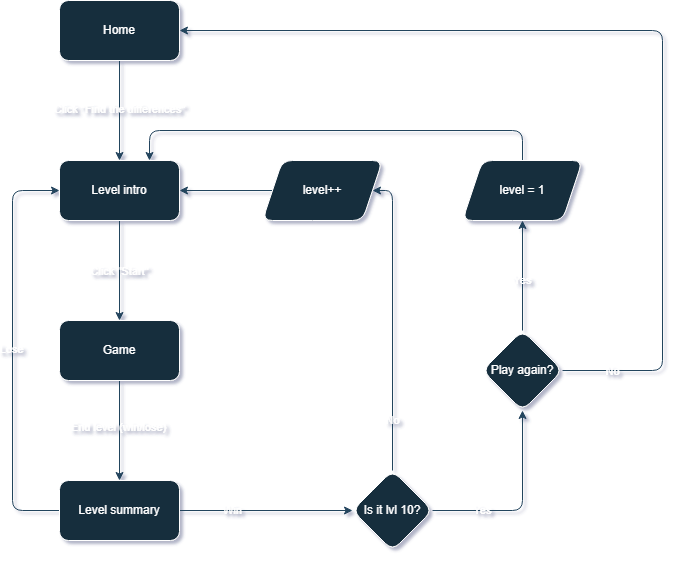
vasilyoshev/ai-assistant keeps this draw.io diagram as flowchart.png. Above is the earlier version. Source tidied: cells renumbered, new cells last; positions are measured from the earlier drawing's top-left corner, leaving out a move shared by most shapes.
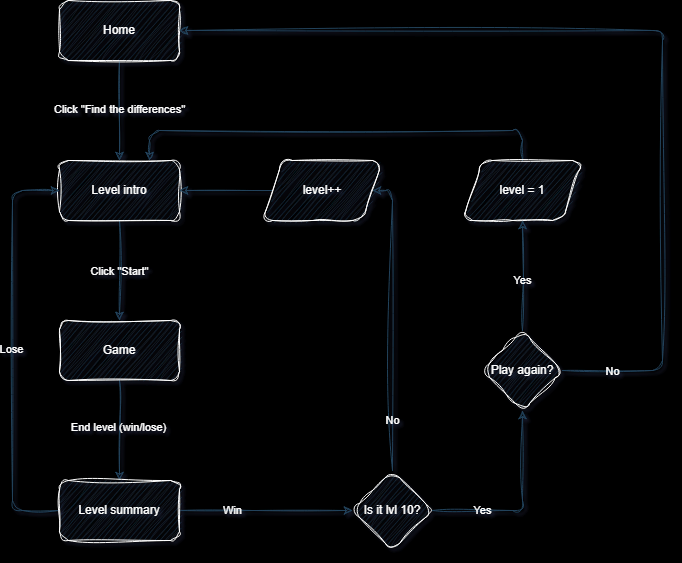
Above is the later version.

What changed in the source:
```diff
@@ -1,35 +1,35 @@
-<mxGraphModel shadow="1">
+<mxGraphModel background="#000000" shadow="1">
   <root>
     <mxCell id="0" />
     <mxCell id="1" parent="0" />
-    <mxCell id="2" style="edgeStyle=orthogonalEdgeStyle;rounded=1;jettySize=auto;html=1;labelBackgroundColor=none;strokeColor=#23445D;fontColor=default;" parent="1" edge="1" source="4" target="7">
+    <mxCell id="2" style="edgeStyle=orthogonalEdgeStyle;rounded=1;jettySize=auto;html=1;labelBackgroundColor=none;fontColor=default;strokeColor=#23445D;sketch=1;curveFitting=1;jiggle=2;" parent="1" edge="1" source="4" target="7">
       <mxGeometry relative="1" as="geometry" />
     </mxCell>
-    <mxCell id="3" value="Click &quot;Find the differences&quot;" style="edgeLabel;html=1;align=center;verticalAlign=middle;labelBackgroundColor=none;fontColor=#FFFFFF;rounded=1;" parent="2" vertex="1">
+    <mxCell id="3" value="Click &quot;Find the differences&quot;" style="edgeLabel;html=1;align=center;verticalAlign=middle;labelBackgroundColor=none;rounded=1;fontColor=#FFFFFF;sketch=1;curveFitting=1;jiggle=2;" parent="2" vertex="1">
       <mxGeometry x="-0.04" relative="1" as="geometry" />
     </mxCell>
-    <mxCell id="4" value="Home" style="rounded=1;whiteSpace=wrap;html=1;labelBackgroundColor=none;fillColor=#182E3E;strokeColor=#FFFFFF;fontColor=#FFFFFF;" parent="1" vertex="1">
+    <mxCell id="4" value="Home" style="rounded=1;whiteSpace=wrap;html=1;labelBackgroundColor=none;fillColor=#182E3E;strokeColor=#FFFFFF;fontColor=#FFFFFF;sketch=1;curveFitting=1;jiggle=2;" parent="1" vertex="1">
       <mxGeometry x="47" width="120" height="60" as="geometry" />
     </mxCell>
-    <mxCell id="5" style="edgeStyle=orthogonalEdgeStyle;rounded=1;jettySize=auto;html=1;exitX=0.5;exitY=1;exitDx=0;exitDy=0;entryX=0.5;entryY=0;entryDx=0;entryDy=0;labelBackgroundColor=none;strokeColor=#23445D;fontColor=default;" parent="1" edge="1" source="7" target="10">
+    <mxCell id="5" style="edgeStyle=orthogonalEdgeStyle;rounded=1;jettySize=auto;html=1;exitX=0.5;exitY=1;exitDx=0;exitDy=0;entryX=0.5;entryY=0;entryDx=0;entryDy=0;labelBackgroundColor=none;fontColor=default;strokeColor=#23445D;sketch=1;curveFitting=1;jiggle=2;" parent="1" edge="1" source="7" target="10">
       <mxGeometry relative="1" as="geometry" />
     </mxCell>
-    <mxCell id="6" value="Click &quot;Start&quot;" style="edgeLabel;html=1;align=center;verticalAlign=middle;labelBackgroundColor=none;fontColor=#FFFFFF;rounded=1;" parent="5" vertex="1">
+    <mxCell id="6" value="Click &quot;Start&quot;" style="edgeLabel;html=1;align=center;verticalAlign=middle;labelBackgroundColor=none;rounded=1;fontColor=#FFFFFF;sketch=1;curveFitting=1;jiggle=2;" parent="5" vertex="1">
       <mxGeometry relative="1" as="geometry" />
     </mxCell>
-    <mxCell id="7" value="Level intro" style="rounded=1;whiteSpace=wrap;html=1;labelBackgroundColor=none;fillColor=#182E3E;strokeColor=#FFFFFF;fontColor=#FFFFFF;" parent="1" vertex="1">
+    <mxCell id="7" value="Level intro" style="rounded=1;whiteSpace=wrap;html=1;labelBackgroundColor=none;fillColor=#182E3E;strokeColor=#FFFFFF;fontColor=#FFFFFF;sketch=1;curveFitting=1;jiggle=2;" parent="1" vertex="1">
       <mxGeometry x="47" y="160" width="120" height="60" as="geometry" />
     </mxCell>
-    <mxCell id="8" style="edgeStyle=orthogonalEdgeStyle;rounded=1;jettySize=auto;html=1;entryX=0.5;entryY=0;entryDx=0;entryDy=0;labelBackgroundColor=none;strokeColor=#23445D;fontColor=default;" parent="1" edge="1" source="10" target="15">
+    <mxCell id="8" style="edgeStyle=orthogonalEdgeStyle;rounded=1;jettySize=auto;html=1;entryX=0.5;entryY=0;entryDx=0;entryDy=0;labelBackgroundColor=none;fontColor=default;strokeColor=#23445D;sketch=1;curveFitting=1;jiggle=2;" parent="1" edge="1" source="10" target="15">
       <mxGeometry relative="1" as="geometry" />
     </mxCell>
-    <mxCell id="9" value="End level (win/lose)" style="edgeLabel;html=1;align=center;verticalAlign=middle;labelBackgroundColor=none;fontColor=#FFFFFF;rounded=1;" parent="8" vertex="1">
+    <mxCell id="9" value="End level (win/lose)" style="edgeLabel;html=1;align=center;verticalAlign=middle;labelBackgroundColor=none;rounded=1;fontColor=#FFFFFF;sketch=1;curveFitting=1;jiggle=2;" parent="8" vertex="1">
       <mxGeometry x="-0.08" y="-1" relative="1" as="geometry" />
     </mxCell>
-    <mxCell id="10" value="Game" style="rounded=1;whiteSpace=wrap;html=1;labelBackgroundColor=none;fillColor=#182E3E;strokeColor=#FFFFFF;fontColor=#FFFFFF;" parent="1" vertex="1">
+    <mxCell id="10" value="Game" style="rounded=1;whiteSpace=wrap;html=1;labelBackgroundColor=none;fillColor=#182E3E;strokeColor=#FFFFFF;fontColor=#FFFFFF;sketch=1;curveFitting=1;jiggle=2;" parent="1" vertex="1">
       <mxGeometry x="47" y="320" width="120" height="60" as="geometry" />
     </mxCell>
-    <mxCell id="11" style="edgeStyle=orthogonalEdgeStyle;rounded=1;jettySize=auto;html=1;entryX=0;entryY=0.5;entryDx=0;entryDy=0;labelBackgroundColor=none;strokeColor=#23445D;fontColor=default;" parent="1" edge="1" source="15" target="7">
+    <mxCell id="11" style="edgeStyle=orthogonalEdgeStyle;rounded=1;jettySize=auto;html=1;entryX=0;entryY=0.5;entryDx=0;entryDy=0;labelBackgroundColor=none;fontColor=default;strokeColor=#23445D;sketch=1;curveFitting=1;jiggle=2;" parent="1" edge="1" source="15" target="7">
       <mxGeometry relative="1" as="geometry">
         <Array as="points">
           <mxPoint y="510" />
@@ -37,58 +37,58 @@
         </Array>
       </mxGeometry>
     </mxCell>
-    <mxCell id="12" value="Lose" style="edgeLabel;html=1;align=center;verticalAlign=middle;labelBackgroundColor=none;fontColor=#FFFFFF;rounded=1;" parent="11" vertex="1">
+    <mxCell id="12" value="Lose" style="edgeLabel;html=1;align=center;verticalAlign=middle;labelBackgroundColor=none;rounded=1;fontColor=#FFFFFF;sketch=1;curveFitting=1;jiggle=2;" parent="11" vertex="1">
       <mxGeometry x="0.01" y="1" relative="1" as="geometry" />
     </mxCell>
-    <mxCell id="13" style="edgeStyle=orthogonalEdgeStyle;rounded=1;jettySize=auto;html=1;exitX=1;exitY=0.5;exitDx=0;exitDy=0;labelBackgroundColor=none;strokeColor=#23445D;fontColor=default;" parent="1" edge="1" source="15" target="20">
+    <mxCell id="13" style="edgeStyle=orthogonalEdgeStyle;rounded=1;jettySize=auto;html=1;exitX=1;exitY=0.5;exitDx=0;exitDy=0;labelBackgroundColor=none;fontColor=default;strokeColor=#23445D;sketch=1;curveFitting=1;jiggle=2;" parent="1" edge="1" source="15" target="20">
       <mxGeometry relative="1" as="geometry" />
     </mxCell>
-    <mxCell id="14" value="Win" style="edgeLabel;html=1;align=center;verticalAlign=middle;labelBackgroundColor=none;fontColor=#FFFFFF;rounded=1;" parent="13" vertex="1">
+    <mxCell id="14" value="Win" style="edgeLabel;html=1;align=center;verticalAlign=middle;labelBackgroundColor=none;rounded=1;fontColor=#FFFFFF;sketch=1;curveFitting=1;jiggle=2;" parent="13" vertex="1">
       <mxGeometry x="-0.2" y="-1" relative="1" as="geometry">
         <mxPoint x="-16" y="-1" as="offset" />
       </mxGeometry>
     </mxCell>
-    <mxCell id="15" value="Level summary" style="rounded=1;whiteSpace=wrap;html=1;labelBackgroundColor=none;fillColor=#182E3E;strokeColor=#FFFFFF;fontColor=#FFFFFF;" parent="1" vertex="1">
+    <mxCell id="15" value="Level summary" style="rounded=1;whiteSpace=wrap;html=1;labelBackgroundColor=none;fillColor=#182E3E;strokeColor=#FFFFFF;fontColor=#FFFFFF;sketch=1;curveFitting=1;jiggle=2;" parent="1" vertex="1">
       <mxGeometry x="47" y="480" width="120" height="60" as="geometry" />
     </mxCell>
-    <mxCell id="16" style="edgeStyle=orthogonalEdgeStyle;rounded=1;jettySize=auto;html=1;exitX=0.5;exitY=0;exitDx=0;exitDy=0;entryX=1;entryY=0.5;entryDx=0;entryDy=0;labelBackgroundColor=none;strokeColor=#23445D;fontColor=default;" parent="1" edge="1" source="20" target="22">
+    <mxCell id="16" style="edgeStyle=orthogonalEdgeStyle;rounded=1;jettySize=auto;html=1;exitX=0.5;exitY=0;exitDx=0;exitDy=0;entryX=1;entryY=0.5;entryDx=0;entryDy=0;labelBackgroundColor=none;fontColor=default;strokeColor=#23445D;sketch=1;curveFitting=1;jiggle=2;" parent="1" edge="1" source="20" target="22">
       <mxGeometry relative="1" as="geometry">
         <Array as="points">
           <mxPoint x="380" y="190" />
         </Array>
       </mxGeometry>
     </mxCell>
-    <mxCell id="17" value="No" style="edgeLabel;html=1;align=center;verticalAlign=middle;labelBackgroundColor=none;fontColor=#FFFFFF;rounded=1;" parent="16" vertex="1">
+    <mxCell id="17" value="No" style="edgeLabel;html=1;align=center;verticalAlign=middle;labelBackgroundColor=none;rounded=1;fontColor=#FFFFFF;sketch=1;curveFitting=1;jiggle=2;" parent="16" vertex="1">
       <mxGeometry x="0.29" y="2" relative="1" as="geometry">
         <mxPoint x="2" y="143" as="offset" />
       </mxGeometry>
     </mxCell>
-    <mxCell id="18" style="edgeStyle=orthogonalEdgeStyle;rounded=1;jettySize=auto;html=1;entryX=0.5;entryY=1;entryDx=0;entryDy=0;labelBackgroundColor=none;strokeColor=#23445D;fontColor=default;" parent="1" edge="1" source="20" target="27">
+    <mxCell id="18" style="edgeStyle=orthogonalEdgeStyle;rounded=1;jettySize=auto;html=1;entryX=0.5;entryY=1;entryDx=0;entryDy=0;labelBackgroundColor=none;fontColor=default;strokeColor=#23445D;sketch=1;curveFitting=1;jiggle=2;" parent="1" edge="1" source="20" target="27">
       <mxGeometry relative="1" as="geometry" />
     </mxCell>
-    <mxCell id="19" value="Yes" style="edgeLabel;html=1;align=center;verticalAlign=middle;labelBackgroundColor=none;fontColor=#FFFFFF;rounded=1;" parent="18" vertex="1">
+    <mxCell id="19" value="Yes" style="edgeLabel;html=1;align=center;verticalAlign=middle;labelBackgroundColor=none;rounded=1;fontColor=#FFFFFF;sketch=1;curveFitting=1;jiggle=2;" parent="18" vertex="1">
       <mxGeometry x="-0.02" relative="1" as="geometry">
         <mxPoint x="-40" y="3" as="offset" />
       </mxGeometry>
     </mxCell>
-    <mxCell id="20" value="Is it lvl 10?" style="rhombus;whiteSpace=wrap;html=1;labelBackgroundColor=none;fillColor=#182E3E;strokeColor=#FFFFFF;fontColor=#FFFFFF;rounded=1;" parent="1" vertex="1">
+    <mxCell id="20" value="Is it lvl 10?" style="rhombus;whiteSpace=wrap;html=1;labelBackgroundColor=none;rounded=1;fillColor=#182E3E;strokeColor=#FFFFFF;fontColor=#FFFFFF;sketch=1;curveFitting=1;jiggle=2;" parent="1" vertex="1">
       <mxGeometry x="340" y="470" width="80" height="80" as="geometry" />
     </mxCell>
-    <mxCell id="21" style="edgeStyle=orthogonalEdgeStyle;rounded=1;jettySize=auto;html=1;labelBackgroundColor=none;strokeColor=#23445D;fontColor=default;" parent="1" edge="1" source="22" target="7">
+    <mxCell id="21" style="edgeStyle=orthogonalEdgeStyle;rounded=1;jettySize=auto;html=1;labelBackgroundColor=none;fontColor=default;strokeColor=#23445D;sketch=1;curveFitting=1;jiggle=2;" parent="1" edge="1" source="22" target="7">
       <mxGeometry relative="1" as="geometry" />
     </mxCell>
-    <mxCell id="22" value="level++" style="shape=parallelogram;perimeter=parallelogramPerimeter;whiteSpace=wrap;html=1;fixedSize=1;labelBackgroundColor=none;fillColor=#182E3E;strokeColor=#FFFFFF;fontColor=#FFFFFF;rounded=1;" parent="1" vertex="1">
+    <mxCell id="22" value="level++" style="shape=parallelogram;perimeter=parallelogramPerimeter;whiteSpace=wrap;html=1;fixedSize=1;labelBackgroundColor=none;rounded=1;fillColor=#182E3E;strokeColor=#FFFFFF;fontColor=#FFFFFF;sketch=1;curveFitting=1;jiggle=2;" parent="1" vertex="1">
       <mxGeometry x="250" y="160" width="120" height="60" as="geometry" />
     </mxCell>
-    <mxCell id="23" style="edgeStyle=orthogonalEdgeStyle;rounded=1;jettySize=auto;html=1;entryX=0.5;entryY=1;entryDx=0;entryDy=0;labelBackgroundColor=none;strokeColor=#23445D;fontColor=default;" parent="1" edge="1" source="27" target="29">
+    <mxCell id="23" style="edgeStyle=orthogonalEdgeStyle;rounded=1;jettySize=auto;html=1;entryX=0.5;entryY=1;entryDx=0;entryDy=0;labelBackgroundColor=none;fontColor=default;strokeColor=#23445D;sketch=1;curveFitting=1;jiggle=2;" parent="1" edge="1" source="27" target="29">
       <mxGeometry relative="1" as="geometry" />
     </mxCell>
-    <mxCell id="24" value="Yes" style="edgeLabel;html=1;align=center;verticalAlign=middle;labelBackgroundColor=none;fontColor=#FFFFFF;rounded=1;" parent="23" vertex="1">
+    <mxCell id="24" value="Yes" style="edgeLabel;html=1;align=center;verticalAlign=middle;labelBackgroundColor=none;rounded=1;fontColor=#FFFFFF;sketch=1;curveFitting=1;jiggle=2;" parent="23" vertex="1">
       <mxGeometry x="-0.01" relative="1" as="geometry">
         <mxPoint y="4" as="offset" />
       </mxGeometry>
     </mxCell>
-    <mxCell id="25" style="edgeStyle=orthogonalEdgeStyle;rounded=1;jettySize=auto;html=1;entryX=1;entryY=0.5;entryDx=0;entryDy=0;labelBackgroundColor=none;strokeColor=#23445D;fontColor=default;" parent="1" edge="1" source="27" target="4">
+    <mxCell id="25" style="edgeStyle=orthogonalEdgeStyle;rounded=1;jettySize=auto;html=1;entryX=1;entryY=0.5;entryDx=0;entryDy=0;labelBackgroundColor=none;fontColor=default;strokeColor=#23445D;sketch=1;curveFitting=1;jiggle=2;" parent="1" edge="1" source="27" target="4">
       <mxGeometry relative="1" as="geometry">
         <Array as="points">
           <mxPoint x="650" y="370" />
@@ -96,15 +96,15 @@
         </Array>
       </mxGeometry>
     </mxCell>
-    <mxCell id="26" value="No" style="edgeLabel;html=1;align=center;verticalAlign=middle;labelBackgroundColor=none;fontColor=#FFFFFF;rounded=1;" parent="25" vertex="1">
+    <mxCell id="26" value="No" style="edgeLabel;html=1;align=center;verticalAlign=middle;labelBackgroundColor=none;rounded=1;fontColor=#FFFFFF;sketch=1;curveFitting=1;jiggle=2;" parent="25" vertex="1">
       <mxGeometry x="-0.44" y="-1" relative="1" as="geometry">
         <mxPoint x="-51" y="158" as="offset" />
       </mxGeometry>
     </mxCell>
-    <mxCell id="27" value="Play again?" style="rhombus;whiteSpace=wrap;html=1;labelBackgroundColor=none;fillColor=#182E3E;strokeColor=#FFFFFF;fontColor=#FFFFFF;rounded=1;" parent="1" vertex="1">
+    <mxCell id="27" value="Play again?" style="rhombus;whiteSpace=wrap;html=1;labelBackgroundColor=none;rounded=1;fillColor=#182E3E;strokeColor=#FFFFFF;fontColor=#FFFFFF;sketch=1;curveFitting=1;jiggle=2;" parent="1" vertex="1">
       <mxGeometry x="470" y="330" width="80" height="80" as="geometry" />
     </mxCell>
-    <mxCell id="28" style="edgeStyle=orthogonalEdgeStyle;rounded=1;jettySize=auto;html=1;entryX=0.75;entryY=0;entryDx=0;entryDy=0;labelBackgroundColor=none;strokeColor=#23445D;fontColor=default;" parent="1" edge="1" source="29" target="7">
+    <mxCell id="28" style="edgeStyle=orthogonalEdgeStyle;rounded=1;jettySize=auto;html=1;entryX=0.75;entryY=0;entryDx=0;entryDy=0;labelBackgroundColor=none;fontColor=default;strokeColor=#23445D;sketch=1;curveFitting=1;jiggle=2;" parent="1" edge="1" source="29" target="7">
       <mxGeometry relative="1" as="geometry">
         <Array as="points">
           <mxPoint x="510" y="130" />
@@ -112,7 +112,7 @@
         </Array>
       </mxGeometry>
     </mxCell>
-    <mxCell id="29" value="level = 1" style="shape=parallelogram;perimeter=parallelogramPerimeter;whiteSpace=wrap;html=1;fixedSize=1;labelBackgroundColor=none;fillColor=#182E3E;strokeColor=#FFFFFF;fontColor=#FFFFFF;rounded=1;" parent="1" vertex="1">
+    <mxCell id="29" value="level = 1" style="shape=parallelogram;perimeter=parallelogramPerimeter;whiteSpace=wrap;html=1;fixedSize=1;labelBackgroundColor=none;rounded=1;fillColor=#182E3E;strokeColor=#FFFFFF;fontColor=#FFFFFF;sketch=1;curveFitting=1;jiggle=2;" parent="1" vertex="1">
       <mxGeometry x="450" y="160" width="120" height="60" as="geometry" />
     </mxCell>
   </root>
```
